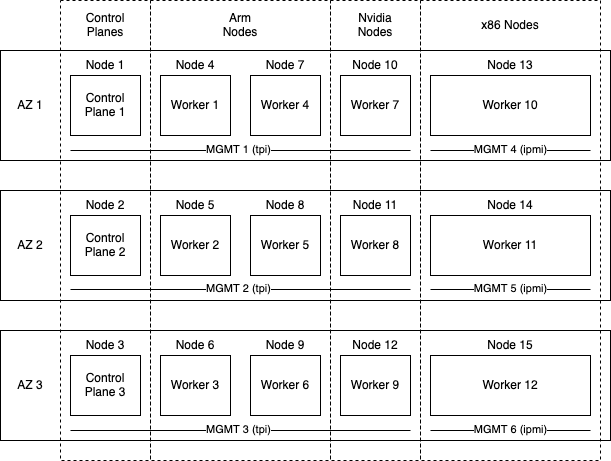
Earlier version of the draw.io export docs/topology/img/cluster.png (MacroPower/homelab). Source tidied: cells renumbered, new cells last; positions are measured from the earlier drawing's top-left corner, leaving out a move shared by most shapes.
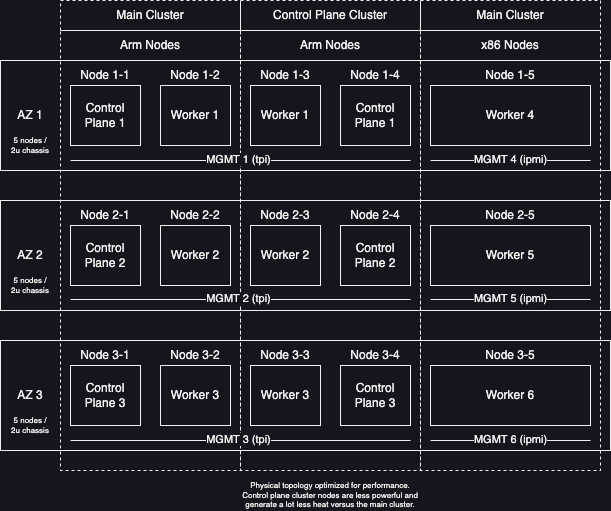
Later version of the same file.

Diff of the diagram source:
```diff
@@ -5,17 +5,14 @@
     <mxCell id="2" style="rounded=0;whiteSpace=wrap;html=1;fillColor=none;" parent="1" vertex="1">
       <mxGeometry y="330" width="610" height="110" as="geometry" />
     </mxCell>
-    <mxCell id="3" style="rounded=0;whiteSpace=wrap;html=1;fillColor=none;dashed=1;" parent="1" vertex="1">
-      <mxGeometry x="330" width="90" height="460" as="geometry" />
-    </mxCell>
     <mxCell id="4" style="rounded=0;whiteSpace=wrap;html=1;fillColor=none;dashed=1;" parent="1" vertex="1">
-      <mxGeometry x="420" width="180" height="460" as="geometry" />
+      <mxGeometry x="420" y="20" width="180" height="440" as="geometry" />
     </mxCell>
     <mxCell id="5" style="rounded=0;whiteSpace=wrap;html=1;fillColor=none;dashed=1;" parent="1" vertex="1">
-      <mxGeometry x="60" width="90" height="460" as="geometry" />
+      <mxGeometry x="60" y="20" width="180" height="440" as="geometry" />
     </mxCell>
     <mxCell id="6" style="rounded=0;whiteSpace=wrap;html=1;fillColor=none;dashed=1;" parent="1" vertex="1">
-      <mxGeometry x="150" width="180" height="460" as="geometry" />
+      <mxGeometry x="240" y="20" width="180" height="440" as="geometry" />
     </mxCell>
     <mxCell id="7" style="rounded=0;whiteSpace=wrap;html=1;fillColor=none;" parent="1" vertex="1">
       <mxGeometry y="50" width="610" height="110" as="geometry" />
@@ -44,31 +41,31 @@
     <mxCell id="15" value="Worker 3" style="rounded=0;whiteSpace=wrap;html=1;" parent="1" vertex="1">
       <mxGeometry x="160" y="355" width="70" height="60" as="geometry" />
     </mxCell>
-    <mxCell id="16" value="Worker 4" style="rounded=0;whiteSpace=wrap;html=1;" parent="1" vertex="1">
+    <mxCell id="16" value="Worker 1" style="rounded=0;whiteSpace=wrap;html=1;" parent="1" vertex="1">
       <mxGeometry x="250" y="75" width="70" height="60" as="geometry" />
     </mxCell>
-    <mxCell id="17" value="Worker 5" style="rounded=0;whiteSpace=wrap;html=1;" parent="1" vertex="1">
+    <mxCell id="17" value="Worker 2" style="rounded=0;whiteSpace=wrap;html=1;" parent="1" vertex="1">
       <mxGeometry x="250" y="215" width="70" height="60" as="geometry" />
     </mxCell>
-    <mxCell id="18" value="Worker 6" style="rounded=0;whiteSpace=wrap;html=1;" parent="1" vertex="1">
+    <mxCell id="18" value="Worker 3" style="rounded=0;whiteSpace=wrap;html=1;" parent="1" vertex="1">
       <mxGeometry x="250" y="355" width="70" height="60" as="geometry" />
     </mxCell>
-    <mxCell id="19" value="Worker 7" style="rounded=0;whiteSpace=wrap;html=1;" parent="1" vertex="1">
+    <mxCell id="19" value="Control Plane 1" style="rounded=0;whiteSpace=wrap;html=1;" parent="1" vertex="1">
       <mxGeometry x="340" y="75" width="70" height="60" as="geometry" />
     </mxCell>
-    <mxCell id="20" value="Worker 8" style="rounded=0;whiteSpace=wrap;html=1;" parent="1" vertex="1">
+    <mxCell id="20" value="Control Plane 2" style="rounded=0;whiteSpace=wrap;html=1;" parent="1" vertex="1">
       <mxGeometry x="340" y="215" width="70" height="60" as="geometry" />
     </mxCell>
-    <mxCell id="21" value="Worker 9" style="rounded=0;whiteSpace=wrap;html=1;" parent="1" vertex="1">
+    <mxCell id="21" value="Control Plane 3" style="rounded=0;whiteSpace=wrap;html=1;" parent="1" vertex="1">
       <mxGeometry x="340" y="355" width="70" height="60" as="geometry" />
     </mxCell>
-    <mxCell id="22" value="Worker 10" style="rounded=0;whiteSpace=wrap;html=1;" parent="1" vertex="1">
+    <mxCell id="22" value="Worker 4" style="rounded=0;whiteSpace=wrap;html=1;" parent="1" vertex="1">
       <mxGeometry x="430" y="75" width="160" height="60" as="geometry" />
     </mxCell>
-    <mxCell id="23" value="Worker 11" style="rounded=0;whiteSpace=wrap;html=1;" parent="1" vertex="1">
+    <mxCell id="23" value="Worker 5" style="rounded=0;whiteSpace=wrap;html=1;" parent="1" vertex="1">
       <mxGeometry x="430" y="215" width="160" height="60" as="geometry" />
     </mxCell>
-    <mxCell id="24" value="Worker 12" style="rounded=0;whiteSpace=wrap;html=1;" parent="1" vertex="1">
+    <mxCell id="24" value="Worker 6" style="rounded=0;whiteSpace=wrap;html=1;" parent="1" vertex="1">
       <mxGeometry x="430" y="355" width="160" height="60" as="geometry" />
     </mxCell>
     <mxCell id="25" value="AZ 2" style="text;html=1;strokeColor=none;fillColor=none;align=center;verticalAlign=middle;whiteSpace=wrap;rounded=0;" parent="1" vertex="1">
@@ -77,61 +74,58 @@
     <mxCell id="26" value="AZ 3" style="text;html=1;strokeColor=none;fillColor=none;align=center;verticalAlign=middle;whiteSpace=wrap;rounded=0;" parent="1" vertex="1">
       <mxGeometry y="370" width="60" height="30" as="geometry" />
     </mxCell>
-    <mxCell id="27" value="Control Planes" style="text;html=1;strokeColor=none;fillColor=none;align=center;verticalAlign=middle;whiteSpace=wrap;rounded=0;" parent="1" vertex="1">
-      <mxGeometry x="75" y="10" width="60" height="30" as="geometry" />
+    <mxCell id="27" value="Control Plane Cluster" style="text;html=1;strokeColor=none;fillColor=none;align=center;verticalAlign=middle;whiteSpace=wrap;rounded=0;" parent="1" vertex="1">
+      <mxGeometry x="240" y="-10" width="180" height="30" as="geometry" />
     </mxCell>
     <mxCell id="28" value="Arm Nodes" style="text;html=1;strokeColor=none;fillColor=none;align=center;verticalAlign=middle;whiteSpace=wrap;rounded=0;" parent="1" vertex="1">
-      <mxGeometry x="210" y="10" width="60" height="30" as="geometry" />
+      <mxGeometry x="240" y="20" width="180" height="30" as="geometry" />
     </mxCell>
-    <mxCell id="29" value="Nvidia Nodes" style="text;html=1;strokeColor=none;fillColor=none;align=center;verticalAlign=middle;whiteSpace=wrap;rounded=0;" parent="1" vertex="1">
-      <mxGeometry x="345" y="10" width="60" height="30" as="geometry" />
-    </mxCell>
     <mxCell id="30" value="x86 Nodes" style="text;html=1;strokeColor=none;fillColor=none;align=center;verticalAlign=middle;whiteSpace=wrap;rounded=0;" parent="1" vertex="1">
-      <mxGeometry x="480" y="10" width="60" height="30" as="geometry" />
+      <mxGeometry x="420" y="20" width="180" height="30" as="geometry" />
     </mxCell>
-    <mxCell id="31" value="Node 1" style="text;html=1;strokeColor=none;fillColor=none;align=center;verticalAlign=middle;whiteSpace=wrap;rounded=0;" parent="1" vertex="1">
+    <mxCell id="31" value="Node 1-1" style="text;html=1;strokeColor=none;fillColor=none;align=center;verticalAlign=middle;whiteSpace=wrap;rounded=0;" parent="1" vertex="1">
       <mxGeometry x="75" y="50" width="60" height="30" as="geometry" />
     </mxCell>
-    <mxCell id="32" value="Node 2" style="text;html=1;strokeColor=none;fillColor=none;align=center;verticalAlign=middle;whiteSpace=wrap;rounded=0;" parent="1" vertex="1">
+    <mxCell id="32" value="Node 2-1" style="text;html=1;strokeColor=none;fillColor=none;align=center;verticalAlign=middle;whiteSpace=wrap;rounded=0;" parent="1" vertex="1">
       <mxGeometry x="75" y="190" width="60" height="30" as="geometry" />
     </mxCell>
-    <mxCell id="33" value="Node 3" style="text;html=1;strokeColor=none;fillColor=none;align=center;verticalAlign=middle;whiteSpace=wrap;rounded=0;" parent="1" vertex="1">
+    <mxCell id="33" value="Node 3-1" style="text;html=1;strokeColor=none;fillColor=none;align=center;verticalAlign=middle;whiteSpace=wrap;rounded=0;" parent="1" vertex="1">
       <mxGeometry x="75" y="330" width="60" height="30" as="geometry" />
     </mxCell>
-    <mxCell id="34" value="Node 6" style="text;html=1;strokeColor=none;fillColor=none;align=center;verticalAlign=middle;whiteSpace=wrap;rounded=0;" parent="1" vertex="1">
+    <mxCell id="34" value="Node 3-2" style="text;html=1;strokeColor=none;fillColor=none;align=center;verticalAlign=middle;whiteSpace=wrap;rounded=0;" parent="1" vertex="1">
       <mxGeometry x="165" y="330" width="60" height="30" as="geometry" />
     </mxCell>
-    <mxCell id="35" value="Node 9" style="text;html=1;strokeColor=none;fillColor=none;align=center;verticalAlign=middle;whiteSpace=wrap;rounded=0;" parent="1" vertex="1">
+    <mxCell id="35" value="Node 3-3" style="text;html=1;strokeColor=none;fillColor=none;align=center;verticalAlign=middle;whiteSpace=wrap;rounded=0;" parent="1" vertex="1">
       <mxGeometry x="255" y="330" width="60" height="30" as="geometry" />
     </mxCell>
-    <mxCell id="36" value="Node 12" style="text;html=1;strokeColor=none;fillColor=none;align=center;verticalAlign=middle;whiteSpace=wrap;rounded=0;" parent="1" vertex="1">
+    <mxCell id="36" value="Node 3-4" style="text;html=1;strokeColor=none;fillColor=none;align=center;verticalAlign=middle;whiteSpace=wrap;rounded=0;" parent="1" vertex="1">
       <mxGeometry x="345" y="330" width="60" height="30" as="geometry" />
     </mxCell>
-    <mxCell id="37" value="Node 15" style="text;html=1;strokeColor=none;fillColor=none;align=center;verticalAlign=middle;whiteSpace=wrap;rounded=0;" parent="1" vertex="1">
+    <mxCell id="37" value="Node 3-5" style="text;html=1;strokeColor=none;fillColor=none;align=center;verticalAlign=middle;whiteSpace=wrap;rounded=0;" parent="1" vertex="1">
       <mxGeometry x="480" y="330" width="60" height="30" as="geometry" />
     </mxCell>
-    <mxCell id="38" value="Node 4" style="text;html=1;strokeColor=none;fillColor=none;align=center;verticalAlign=middle;whiteSpace=wrap;rounded=0;" parent="1" vertex="1">
+    <mxCell id="38" value="Node 1-2" style="text;html=1;strokeColor=none;fillColor=none;align=center;verticalAlign=middle;whiteSpace=wrap;rounded=0;" parent="1" vertex="1">
       <mxGeometry x="165" y="50" width="60" height="30" as="geometry" />
     </mxCell>
-    <mxCell id="39" value="Node 7" style="text;html=1;strokeColor=none;fillColor=none;align=center;verticalAlign=middle;whiteSpace=wrap;rounded=0;" parent="1" vertex="1">
+    <mxCell id="39" value="Node 1-3" style="text;html=1;strokeColor=none;fillColor=none;align=center;verticalAlign=middle;whiteSpace=wrap;rounded=0;" parent="1" vertex="1">
       <mxGeometry x="255" y="50" width="60" height="30" as="geometry" />
     </mxCell>
-    <mxCell id="40" value="Node 10" style="text;html=1;strokeColor=none;fillColor=none;align=center;verticalAlign=middle;whiteSpace=wrap;rounded=0;" parent="1" vertex="1">
+    <mxCell id="40" value="Node 1-4" style="text;html=1;strokeColor=none;fillColor=none;align=center;verticalAlign=middle;whiteSpace=wrap;rounded=0;" parent="1" vertex="1">
       <mxGeometry x="345" y="50" width="60" height="30" as="geometry" />
     </mxCell>
-    <mxCell id="41" value="Node 13" style="text;html=1;strokeColor=none;fillColor=none;align=center;verticalAlign=middle;whiteSpace=wrap;rounded=0;" parent="1" vertex="1">
+    <mxCell id="41" value="Node 1-5" style="text;html=1;strokeColor=none;fillColor=none;align=center;verticalAlign=middle;whiteSpace=wrap;rounded=0;" parent="1" vertex="1">
       <mxGeometry x="480" y="50" width="60" height="30" as="geometry" />
     </mxCell>
-    <mxCell id="42" value="Node 5" style="text;html=1;strokeColor=none;fillColor=none;align=center;verticalAlign=middle;whiteSpace=wrap;rounded=0;" parent="1" vertex="1">
+    <mxCell id="42" value="Node 2-2" style="text;html=1;strokeColor=none;fillColor=none;align=center;verticalAlign=middle;whiteSpace=wrap;rounded=0;" parent="1" vertex="1">
       <mxGeometry x="165" y="190" width="60" height="30" as="geometry" />
     </mxCell>
-    <mxCell id="43" value="Node 8" style="text;html=1;strokeColor=none;fillColor=none;align=center;verticalAlign=middle;whiteSpace=wrap;rounded=0;" parent="1" vertex="1">
+    <mxCell id="43" value="Node 2-3" style="text;html=1;strokeColor=none;fillColor=none;align=center;verticalAlign=middle;whiteSpace=wrap;rounded=0;" parent="1" vertex="1">
       <mxGeometry x="255" y="190" width="60" height="30" as="geometry" />
     </mxCell>
-    <mxCell id="44" value="Node 11" style="text;html=1;strokeColor=none;fillColor=none;align=center;verticalAlign=middle;whiteSpace=wrap;rounded=0;" parent="1" vertex="1">
+    <mxCell id="44" value="Node 2-4" style="text;html=1;strokeColor=none;fillColor=none;align=center;verticalAlign=middle;whiteSpace=wrap;rounded=0;" parent="1" vertex="1">
       <mxGeometry x="345" y="190" width="60" height="30" as="geometry" />
     </mxCell>
-    <mxCell id="45" value="Node 14" style="text;html=1;strokeColor=none;fillColor=none;align=center;verticalAlign=middle;whiteSpace=wrap;rounded=0;" parent="1" vertex="1">
+    <mxCell id="45" value="Node 2-5" style="text;html=1;strokeColor=none;fillColor=none;align=center;verticalAlign=middle;whiteSpace=wrap;rounded=0;" parent="1" vertex="1">
       <mxGeometry x="480" y="190" width="60" height="30" as="geometry" />
     </mxCell>
     <mxCell id="46" style="endArrow=none;html=1;rounded=0;" parent="1" edge="1">
@@ -188,5 +182,35 @@
     <mxCell id="57" value="MGMT 6 (ipmi)" style="edgeLabel;html=1;align=center;verticalAlign=middle;" parent="56" vertex="1">
       <mxGeometry x="-0.02" y="2" relative="1" as="geometry" />
     </mxCell>
+    <mxCell id="58" value="Arm Nodes" style="text;html=1;strokeColor=none;fillColor=none;align=center;verticalAlign=middle;whiteSpace=wrap;rounded=0;" parent="1" vertex="1">
+      <mxGeometry x="60" y="20" width="180" height="30" as="geometry" />
+    </mxCell>
+    <mxCell id="59" value="Main Cluster" style="text;html=1;strokeColor=none;fillColor=none;align=center;verticalAlign=middle;whiteSpace=wrap;rounded=0;" parent="1" vertex="1">
+      <mxGeometry x="420" y="-10" width="180" height="30" as="geometry" />
+    </mxCell>
+    <mxCell id="60" style="rounded=0;whiteSpace=wrap;html=1;fillColor=none;dashed=1;" parent="1" vertex="1">
+      <mxGeometry x="240" y="-10" width="180" height="30" as="geometry" />
+    </mxCell>
+    <mxCell id="61" style="rounded=0;whiteSpace=wrap;html=1;fillColor=none;dashed=1;" parent="1" vertex="1">
+      <mxGeometry x="420" y="-10" width="180" height="30" as="geometry" />
+    </mxCell>
+    <mxCell id="62" value="Main Cluster" style="text;html=1;strokeColor=none;fillColor=none;align=center;verticalAlign=middle;whiteSpace=wrap;rounded=0;" parent="1" vertex="1">
+      <mxGeometry x="60" y="-10" width="180" height="30" as="geometry" />
+    </mxCell>
+    <mxCell id="63" style="rounded=0;whiteSpace=wrap;html=1;fillColor=none;dashed=1;" parent="1" vertex="1">
+      <mxGeometry x="60" y="-10" width="180" height="30" as="geometry" />
+    </mxCell>
+    <mxCell id="64" value="Physical topology optimized for performance. Control plane cluster nodes are less powerful and generate a lot less heat versus the main cluster." style="text;html=1;align=center;verticalAlign=middle;whiteSpace=wrap;rounded=0;fontSize=8;" parent="1" vertex="1">
+      <mxGeometry x="240" y="470" width="180" height="30" as="geometry" />
+    </mxCell>
+    <mxCell id="65" value="5 nodes / 2u chassis" style="text;html=1;align=center;verticalAlign=middle;whiteSpace=wrap;rounded=0;fontSize=8;" parent="1" vertex="1">
+      <mxGeometry x="10" y="120" width="40" height="30" as="geometry" />
+    </mxCell>
+    <mxCell id="66" value="5 nodes / 2u chassis" style="text;html=1;align=center;verticalAlign=middle;whiteSpace=wrap;rounded=0;fontSize=8;" parent="1" vertex="1">
+      <mxGeometry x="10" y="260" width="40" height="30" as="geometry" />
+    </mxCell>
+    <mxCell id="67" value="5 nodes / 2u chassis" style="text;html=1;align=center;verticalAlign=middle;whiteSpace=wrap;rounded=0;fontSize=8;" parent="1" vertex="1">
+      <mxGeometry x="10" y="400" width="40" height="30" as="geometry" />
+    </mxCell>
   </root>
 </mxGraphModel>
```
